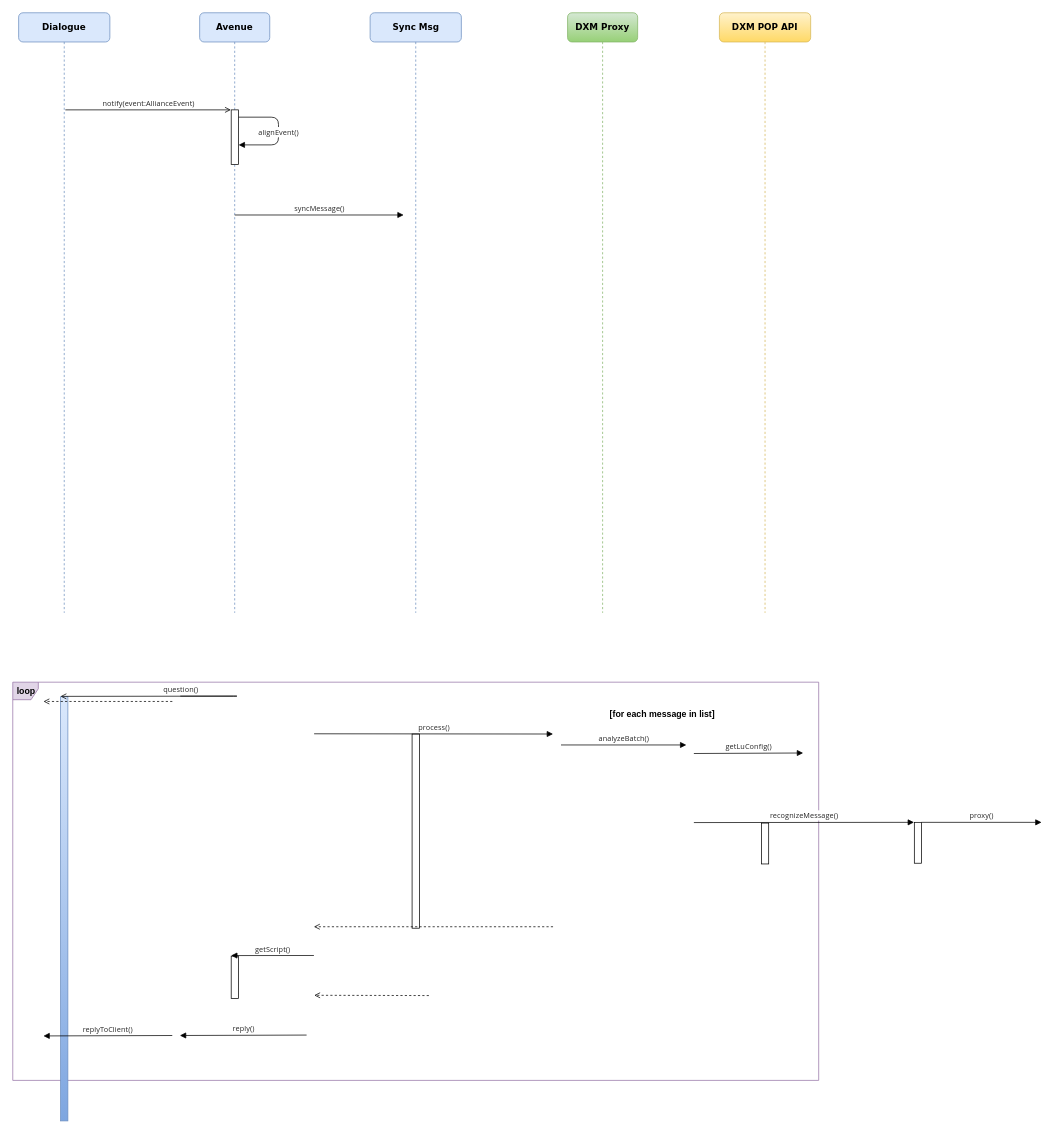
Above: leyan/dxm/Sequence Diagram 7.drawio in GeekKwok/UML (draw.io), before the change. Source tidied: cells renumbered, new cells numbered last; positions are measured from the earlier drawing's top-left corner, leaving out a move shared by most shapes. Both pictures are drawn from the tidied source at 73%, with x=0, y=0 at pixel (12, 12).
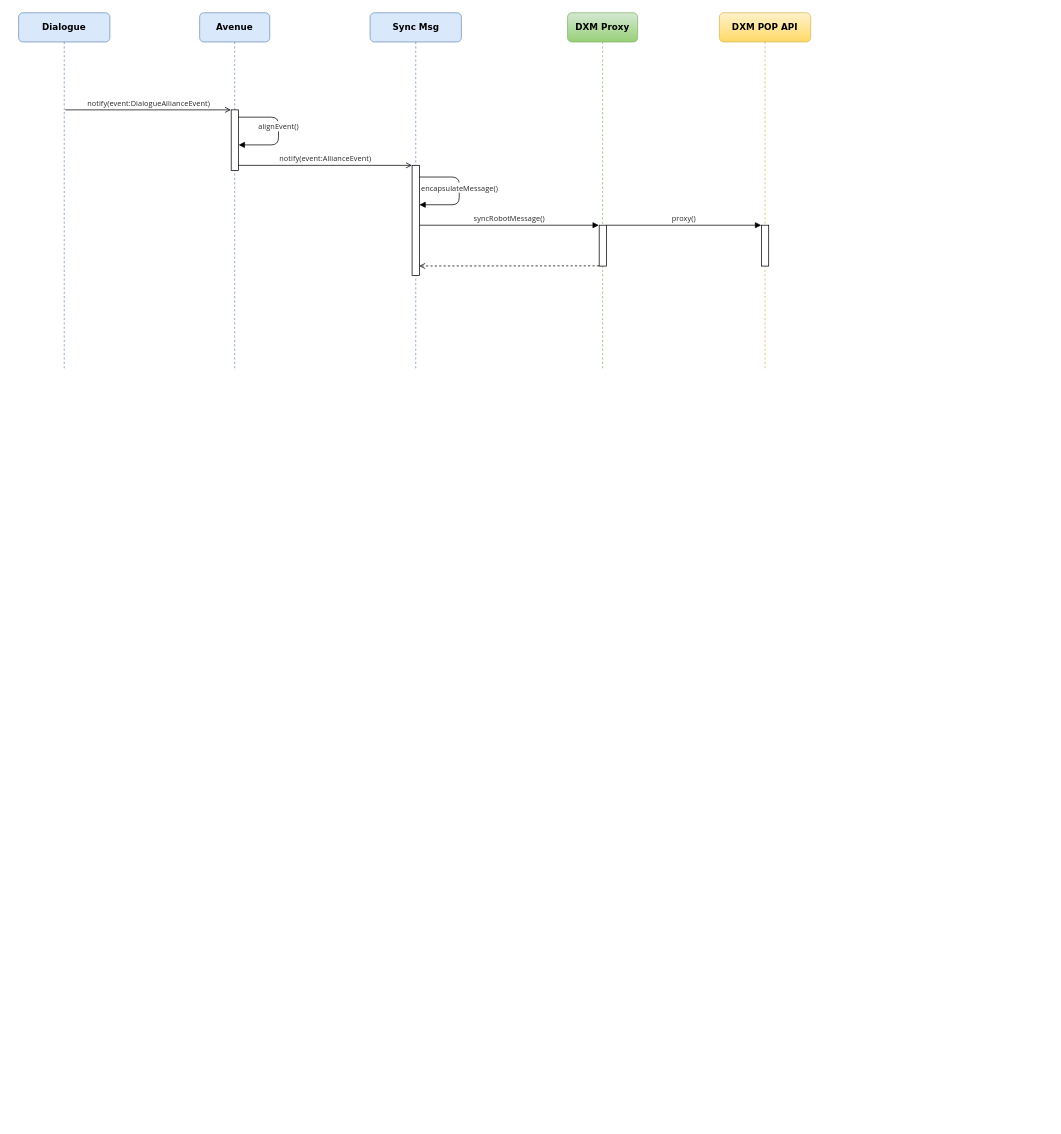
After the change.

Diff of the diagram source:
```diff
@@
-    <mxCell id="2" value="&lt;font style=&quot;font-size: 12px&quot;&gt;&lt;b&gt;loop&lt;/b&gt;&lt;/font&gt;" style="shape=umlFrame;tabWidth=110;tabHeight=30;tabPosition=left;html=1;boundedLbl=1;labelInHeader=1;width=35;height=24;fillColor=#e1d5e7;strokeColor=#9673a6;fontSize=10;" parent="1" vertex="1">
-      <mxGeometry y="917" width="1104" height="545.5" as="geometry" />
-    </mxCell>
     <mxCell id="3" value="&lt;b&gt;Dialogue&lt;br&gt;&lt;/b&gt;" style="shape=umlLifeline;perimeter=lifelinePerimeter;whiteSpace=wrap;html=1;rounded=1;shadow=0;comic=0;labelBackgroundColor=none;strokeWidth=1;fontFamily=Verdana;fontSize=12;align=center;fillColor=#dae8fc;strokeColor=#6c8ebf;" parent="1" vertex="1">
-      <mxGeometry x="8" width="125" height="822" as="geometry" />
+      <mxGeometry x="8" width="125" height="487" as="geometry" />
     </mxCell>
-    <mxCell id="4" style="html=1;points=[];perimeter=orthogonalPerimeter;rounded=0;shadow=0;comic=0;labelBackgroundColor=none;strokeWidth=1;fontFamily=Verdana;fontSize=10;align=center;gradientColor=#7ea6e0;fillColor=#dae8fc;strokeColor=#6c8ebf;" parent="3" vertex="1">
-      <mxGeometry x="57.5" y="937" width="10" height="581" as="geometry" />
-    </mxCell>
     <mxCell id="5" value="&lt;b&gt;Avenue&lt;/b&gt;" style="shape=umlLifeline;perimeter=lifelinePerimeter;whiteSpace=wrap;html=1;rounded=1;shadow=0;comic=0;labelBackgroundColor=none;strokeWidth=1;fontFamily=Verdana;fontSize=12;align=center;fillColor=#dae8fc;strokeColor=#6c8ebf;" parent="1" vertex="1">
-      <mxGeometry x="256" width="96" height="822" as="geometry" />
+      <mxGeometry x="256" width="96" height="487" as="geometry" />
     </mxCell>
-    <mxCell id="6" style="html=1;points=[];perimeter=orthogonalPerimeter;rounded=0;shadow=0;comic=0;labelBackgroundColor=none;strokeWidth=1;fontFamily=Verdana;fontSize=10;align=center;" parent="5" vertex="1">
-      <mxGeometry x="43.2" y="1292.2" width="10" height="58" as="geometry" />
-    </mxCell>
     <mxCell id="7" style="html=1;points=[];perimeter=orthogonalPerimeter;rounded=0;shadow=0;comic=0;labelBackgroundColor=none;strokeWidth=1;fontFamily=Verdana;fontSize=10;align=center;" parent="5" vertex="1">
-      <mxGeometry x="43.2" y="133" width="10" height="75" as="geometry" />
+      <mxGeometry x="43.2" y="133" width="10" height="83" as="geometry" />
     </mxCell>
     <mxCell id="8" value="&lt;b&gt;DXM POP API&lt;br&gt;&lt;/b&gt;" style="shape=umlLifeline;perimeter=lifelinePerimeter;whiteSpace=wrap;html=1;rounded=1;shadow=0;comic=0;labelBackgroundColor=none;strokeWidth=1;fontFamily=Verdana;fontSize=12;align=center;fillColor=#fff2cc;strokeColor=#d6b656;gradientColor=#ffd966;" parent="1" vertex="1">
-      <mxGeometry x="968" width="125" height="822" as="geometry" />
+      <mxGeometry x="968" width="125" height="487" as="geometry" />
     </mxCell>
-    <mxCell id="9" style="html=1;perimeter=orthogonalPerimeter;rounded=0;shadow=0;comic=0;labelBackgroundColor=none;strokeWidth=1;fontFamily=Verdana;fontSize=10;align=center;" parent="8" vertex="1">
-      <mxGeometry x="57.5" y="1110" width="10" height="56" as="geometry" />
-    </mxCell>
+    <mxCell id="30" style="html=1;points=[];perimeter=orthogonalPerimeter;rounded=0;shadow=0;comic=0;labelBackgroundColor=none;strokeWidth=1;fontFamily=Verdana;fontSize=10;align=center;" parent="8" vertex="1">
+      <mxGeometry x="57.5" y="291" width="10" height="56" as="geometry" />
+    </mxCell>
     <mxCell id="10" value="&lt;b&gt;Sync Msg&lt;br&gt;&lt;/b&gt;" style="shape=umlLifeline;perimeter=lifelinePerimeter;whiteSpace=wrap;html=1;rounded=1;shadow=0;comic=0;labelBackgroundColor=none;strokeWidth=1;fontFamily=Verdana;fontSize=12;align=center;fillColor=#dae8fc;strokeColor=#6c8ebf;" parent="1" vertex="1">
-      <mxGeometry x="489.5" width="125" height="822" as="geometry" />
+      <mxGeometry x="489.5" width="125" height="487" as="geometry" />
     </mxCell>
-    <mxCell id="11" style="html=1;perimeter=orthogonalPerimeter;rounded=0;shadow=0;comic=0;labelBackgroundColor=none;strokeWidth=1;fontFamily=Verdana;fontSize=10;align=center;" parent="10" vertex="1">
-      <mxGeometry x="57.5" y="988" width="10" height="266" as="geometry" />
-    </mxCell>
+    <mxCell id="31" style="html=1;points=[];perimeter=orthogonalPerimeter;rounded=0;shadow=0;comic=0;labelBackgroundColor=none;strokeWidth=1;fontFamily=Verdana;fontSize=10;align=center;" parent="10" vertex="1">
+      <mxGeometry x="57.5" y="209" width="10" height="151" as="geometry" />
+    </mxCell>
     <mxCell id="12" value="&lt;b&gt;DXM Proxy&lt;/b&gt;" style="shape=umlLifeline;perimeter=lifelinePerimeter;whiteSpace=wrap;html=1;rounded=1;shadow=0;comic=0;labelBackgroundColor=none;strokeWidth=1;fontFamily=Verdana;fontSize=12;align=center;fillColor=#d5e8d4;strokeColor=#82b366;gradientColor=#97d077;" parent="1" vertex="1">
-      <mxGeometry x="760" width="96" height="822" as="geometry" />
+      <mxGeometry x="760" width="96" height="487" as="geometry" />
     </mxCell>
-    <mxCell id="13" value="&lt;font color=&quot;#262626&quot; face=&quot;chinese quote, segoe ui, roboto, pingfang sc, hiragino sans gb, microsoft yahei, helvetica neue, helvetica, arial, sans-serif, apple color emoji&quot; style=&quot;font-size: 10px&quot;&gt;&lt;span style=&quot;font-size: 10px ; letter-spacing: 0.12px ; background-color: rgb(255 , 255 , 255)&quot;&gt;notify(event:AllianceEvent)&lt;br&gt;&lt;/span&gt;&lt;/font&gt;" style="html=1;verticalAlign=bottom;endArrow=open;labelBackgroundColor=none;fontFamily=Verdana;fontSize=10;edgeStyle=elbowEdgeStyle;elbow=vertical;endFill=0;entryX=-0.042;entryY=-0.007;entryDx=0;entryDy=0;entryPerimeter=0;" parent="1" edge="1" target="7">
+    <mxCell id="13" value="&lt;font color=&quot;#262626&quot; face=&quot;chinese quote, segoe ui, roboto, pingfang sc, hiragino sans gb, microsoft yahei, helvetica neue, helvetica, arial, sans-serif, apple color emoji&quot; style=&quot;font-size: 10px&quot;&gt;&lt;span style=&quot;font-size: 10px ; letter-spacing: 0.12px ; background-color: rgb(255 , 255 , 255)&quot;&gt;notify(event:DialogueAllianceEvent)&lt;br&gt;&lt;/span&gt;&lt;/font&gt;" style="html=1;verticalAlign=bottom;endArrow=open;labelBackgroundColor=none;fontFamily=Verdana;fontSize=10;edgeStyle=elbowEdgeStyle;elbow=vertical;endFill=0;entryX=-0.042;entryY=-0.007;entryDx=0;entryDy=0;entryPerimeter=0;" parent="1" edge="1" target="7">
       <mxGeometry relative="1" as="geometry">
         <mxPoint x="72" y="133" as="sourcePoint" />
       </mxGeometry>
     </mxCell>
-    <mxCell id="14" value="&lt;font color=&quot;#262626&quot; face=&quot;chinese quote, segoe ui, roboto, pingfang sc, hiragino sans gb, microsoft yahei, helvetica neue, helvetica, arial, sans-serif, apple color emoji&quot; style=&quot;font-size: 10px;&quot;&gt;&lt;span style=&quot;font-size: 10px; letter-spacing: 0.12px; background-color: rgb(255, 255, 255);&quot;&gt;question()&lt;/span&gt;&lt;/font&gt;" style="html=1;verticalAlign=bottom;endArrow=open;labelBackgroundColor=none;fontFamily=Verdana;fontSize=10;edgeStyle=elbowEdgeStyle;elbow=horizontal;endFill=0;exitX=1.048;exitY=0.846;exitDx=0;exitDy=0;exitPerimeter=0;entryX=-0.015;entryY=-0.001;entryDx=0;entryDy=0;entryPerimeter=0;" parent="1" edge="1" target="4">
-      <mxGeometry relative="1" as="geometry">
-        <mxPoint x="229.5" y="936.1" as="sourcePoint" />
-        <Array as="points">
-          <mxPoint x="312" y="936" />
-        </Array>
-      </mxGeometry>
-    </mxCell>
     <mxCell id="15" value="&lt;font color=&quot;#262626&quot; face=&quot;chinese quote, segoe ui, roboto, pingfang sc, hiragino sans gb, microsoft yahei, helvetica neue, helvetica, arial, sans-serif, apple color emoji&quot; style=&quot;font-size: 10px&quot;&gt;&lt;span style=&quot;font-size: 10px ; letter-spacing: 0.12px ; background-color: rgb(255 , 255 , 255)&quot;&gt;alignEvent()&lt;/span&gt;&lt;/font&gt;" style="html=1;verticalAlign=bottom;endArrow=block;labelBackgroundColor=none;fontFamily=Verdana;fontSize=10;elbow=vertical;edgeStyle=orthogonalEdgeStyle;exitX=1.038;exitY=0.345;exitPerimeter=0;rounded=1;" parent="1" edge="1">
-      <mxGeometry x="0.15" relative="1" as="geometry">
+      <mxGeometry x="0.04" relative="1" as="geometry">
         <mxPoint x="309.4" y="143" as="sourcePoint" />
         <mxPoint x="309.4" y="181" as="targetPoint" />
         <Array as="points">
           <mxPoint x="364" y="142.9" />
           <mxPoint x="364" y="180.9" />
         </Array>
       </mxGeometry>
     </mxCell>
-    <mxCell id="16" value="&lt;font color=&quot;#262626&quot; face=&quot;chinese quote, segoe ui, roboto, pingfang sc, hiragino sans gb, microsoft yahei, helvetica neue, helvetica, arial, sans-serif, apple color emoji&quot; style=&quot;font-size: 10px;&quot;&gt;&lt;span style=&quot;font-size: 10px; letter-spacing: 0.12px; background-color: rgb(255, 255, 255);&quot;&gt;process()&lt;/span&gt;&lt;/font&gt;" style="html=1;verticalAlign=bottom;endArrow=block;labelBackgroundColor=none;fontFamily=Verdana;fontSize=10;edgeStyle=elbowEdgeStyle;elbow=vertical;entryX=-0.047;entryY=-0.002;entryDx=0;entryDy=0;entryPerimeter=0;" parent="1" edge="1">
-      <mxGeometry relative="1" as="geometry">
-        <mxPoint x="412.8" y="987.7" as="sourcePoint" />
-        <mxPoint x="740.1" y="987.4" as="targetPoint" />
-      </mxGeometry>
-    </mxCell>
-    <mxCell id="17" value="&lt;font color=&quot;#262626&quot; face=&quot;chinese quote, segoe ui, roboto, pingfang sc, hiragino sans gb, microsoft yahei, helvetica neue, helvetica, arial, sans-serif, apple color emoji&quot; style=&quot;font-size: 10px;&quot;&gt;&lt;span style=&quot;font-size: 10px; letter-spacing: 0.12px; background-color: rgb(255, 255, 255);&quot;&gt;analyzeBatch()&lt;/span&gt;&lt;/font&gt;" style="html=1;verticalAlign=bottom;endArrow=block;labelBackgroundColor=none;fontFamily=Verdana;fontSize=10;edgeStyle=elbowEdgeStyle;elbow=vertical;entryX=-0.026;entryY=-0.004;entryDx=0;entryDy=0;entryPerimeter=0;" parent="1" edge="1">
-      <mxGeometry relative="1" as="geometry">
-        <mxPoint x="751" y="1003" as="sourcePoint" />
-        <mxPoint x="922.7" y="1002.2" as="targetPoint" />
-        <Array as="points">
-          <mxPoint x="840" y="1003" />
-          <mxPoint x="904" y="1004" />
-        </Array>
-      </mxGeometry>
-    </mxCell>
-    <mxCell id="18" value="&lt;font color=&quot;#262626&quot; face=&quot;chinese quote, segoe ui, roboto, pingfang sc, hiragino sans gb, microsoft yahei, helvetica neue, helvetica, arial, sans-serif, apple color emoji&quot; style=&quot;font-size: 10px;&quot;&gt;&lt;span style=&quot;font-size: 10px; letter-spacing: 0.12px; background-color: rgb(255, 255, 255);&quot;&gt;getLuConfig()&lt;/span&gt;&lt;/font&gt;" style="html=1;verticalAlign=bottom;endArrow=block;labelBackgroundColor=none;fontFamily=Verdana;fontSize=10;edgeStyle=elbowEdgeStyle;elbow=vertical;entryX=-0.034;entryY=-0.021;entryDx=0;entryDy=0;entryPerimeter=0;" parent="1" edge="1">
-      <mxGeometry relative="1" as="geometry">
-        <mxPoint x="933" y="1014.7" as="sourcePoint" />
-        <mxPoint x="1082.7" y="1013.4" as="targetPoint" />
-      </mxGeometry>
-    </mxCell>
-    <mxCell id="19" value="&lt;font color=&quot;#262626&quot; face=&quot;chinese quote, segoe ui, roboto, pingfang sc, hiragino sans gb, microsoft yahei, helvetica neue, helvetica, arial, sans-serif, apple color emoji&quot; style=&quot;font-size: 10px;&quot;&gt;&lt;span style=&quot;font-size: 10px; letter-spacing: 0.12px; background-color: rgb(255, 255, 255);&quot;&gt;recognizeMessage()&lt;/span&gt;&lt;/font&gt;" style="html=1;verticalAlign=bottom;endArrow=block;labelBackgroundColor=none;fontFamily=Verdana;fontSize=10;edgeStyle=elbowEdgeStyle;elbow=vertical;entryX=-0.046;entryY=0.011;entryDx=0;entryDy=0;entryPerimeter=0;" parent="1" edge="1" target="20">
-      <mxGeometry relative="1" as="geometry">
-        <mxPoint x="933" y="1109.3" as="sourcePoint" />
-      </mxGeometry>
-    </mxCell>
-    <mxCell id="20" style="html=1;points=[];perimeter=orthogonalPerimeter;rounded=0;shadow=0;comic=0;labelBackgroundColor=none;strokeWidth=1;fontFamily=Verdana;fontSize=10;align=center;" parent="1" vertex="1">
-      <mxGeometry x="1235" y="1109" width="10" height="56" as="geometry" />
-    </mxCell>
+    <mxCell id="29" value="&lt;font color=&quot;#262626&quot; face=&quot;chinese quote, segoe ui, roboto, pingfang sc, hiragino sans gb, microsoft yahei, helvetica neue, helvetica, arial, sans-serif, apple color emoji&quot; style=&quot;font-size: 10px&quot;&gt;&lt;span style=&quot;font-size: 10px ; letter-spacing: 0.12px ; background-color: rgb(255 , 255 , 255)&quot;&gt;notify(event:AllianceEvent)&lt;/span&gt;&lt;/font&gt;" style="html=1;verticalAlign=bottom;endArrow=open;labelBackgroundColor=none;fontFamily=Verdana;fontSize=10;edgeStyle=elbowEdgeStyle;elbow=vertical;entryX=-0.022;entryY=-0.002;entryDx=0;entryDy=0;entryPerimeter=0;endFill=0;" parent="1" edge="1" target="31">
+      <mxGeometry relative="1" as="geometry">
+        <mxPoint x="309" y="209" as="sourcePoint" />
+      </mxGeometry>
+    </mxCell>
+    <mxCell id="32" value="&lt;font color=&quot;#262626&quot; face=&quot;chinese quote, segoe ui, roboto, pingfang sc, hiragino sans gb, microsoft yahei, helvetica neue, helvetica, arial, sans-serif, apple color emoji&quot; style=&quot;font-size: 10px&quot;&gt;&lt;span style=&quot;font-size: 10px ; letter-spacing: 0.12px ; background-color: rgb(255 , 255 , 255)&quot;&gt;syncRobotMessage()&lt;/span&gt;&lt;/font&gt;" style="html=1;verticalAlign=bottom;endArrow=block;labelBackgroundColor=none;fontFamily=Verdana;fontSize=10;edgeStyle=elbowEdgeStyle;elbow=vertical;entryX=-0.046;entryY=0.011;entryDx=0;entryDy=0;entryPerimeter=0;exitX=0.972;exitY=0.128;exitDx=0;exitDy=0;exitPerimeter=0;" parent="1" edge="1" target="33">
+      <mxGeometry relative="1" as="geometry">
+        <mxPoint x="557" y="291" as="sourcePoint" />
+      </mxGeometry>
+    </mxCell>
+    <mxCell id="33" style="html=1;points=[];perimeter=orthogonalPerimeter;rounded=0;shadow=0;comic=0;labelBackgroundColor=none;strokeWidth=1;fontFamily=Verdana;fontSize=10;align=center;" parent="1" vertex="1">
+      <mxGeometry x="803.3" y="291" width="10" height="56" as="geometry" />
+    </mxCell>
-    <mxCell id="21" value="&lt;font color=&quot;#262626&quot; face=&quot;chinese quote, segoe ui, roboto, pingfang sc, hiragino sans gb, microsoft yahei, helvetica neue, helvetica, arial, sans-serif, apple color emoji&quot; style=&quot;font-size: 10px;&quot;&gt;&lt;span style=&quot;font-size: 10px; letter-spacing: 0.12px; background-color: rgb(255, 255, 255);&quot;&gt;proxy()&lt;/span&gt;&lt;/font&gt;" style="html=1;verticalAlign=bottom;endArrow=block;labelBackgroundColor=none;fontFamily=Verdana;fontSize=10;edgeStyle=elbowEdgeStyle;elbow=vertical;entryX=-0.017;entryY=-0.004;entryDx=0;entryDy=0;entryPerimeter=0;exitX=0.984;exitY=0;exitDx=0;exitDy=0;exitPerimeter=0;" parent="1" edge="1" source="20">
-      <mxGeometry relative="1" as="geometry">
-        <mxPoint x="1409.3" y="1108.8" as="targetPoint" />
-      </mxGeometry>
+    <mxCell id="21" value="&lt;font color=&quot;#262626&quot; face=&quot;chinese quote, segoe ui, roboto, pingfang sc, hiragino sans gb, microsoft yahei, helvetica neue, helvetica, arial, sans-serif, apple color emoji&quot; style=&quot;font-size: 10px;&quot;&gt;&lt;span style=&quot;font-size: 10px; letter-spacing: 0.12px; background-color: rgb(255, 255, 255);&quot;&gt;proxy()&lt;/span&gt;&lt;/font&gt;" style="html=1;verticalAlign=bottom;endArrow=block;labelBackgroundColor=none;fontFamily=Verdana;fontSize=10;edgeStyle=elbowEdgeStyle;elbow=vertical;exitX=0.984;exitY=0;exitDx=0;exitDy=0;exitPerimeter=0;entryX=-0.017;entryY=-0.004;entryDx=0;entryDy=0;entryPerimeter=0;" parent="1" edge="1" source="33" target="30">
+      <mxGeometry relative="1" as="geometry" />
     </mxCell>
-    <mxCell id="22" value="&lt;font color=&quot;#262626&quot; face=&quot;chinese quote, segoe ui, roboto, pingfang sc, hiragino sans gb, microsoft yahei, helvetica neue, helvetica, arial, sans-serif, apple color emoji&quot; style=&quot;font-size: 10px;&quot;&gt;&lt;span style=&quot;font-size: 10px; letter-spacing: 0.12px; background-color: rgb(255, 255, 255);&quot;&gt;getScript()&lt;/span&gt;&lt;/font&gt;" style="html=1;verticalAlign=bottom;endArrow=block;labelBackgroundColor=none;fontFamily=Verdana;fontSize=10;edgeStyle=elbowEdgeStyle;elbow=vertical;entryX=-0.01;entryY=-0.004;entryDx=0;entryDy=0;entryPerimeter=0;exitX=0.978;exitY=0.493;exitDx=0;exitDy=0;exitPerimeter=0;" parent="1" edge="1" target="6">
-      <mxGeometry relative="1" as="geometry">
-        <mxPoint x="412.5" y="1291.4" as="sourcePoint" />
-        <Array as="points">
-          <mxPoint x="504.4" y="1291.5" />
-          <mxPoint x="568.4" y="1292.5" />
-        </Array>
-      </mxGeometry>
-    </mxCell>
-    <mxCell id="23" value="&lt;font color=&quot;#262626&quot; face=&quot;chinese quote, segoe ui, roboto, pingfang sc, hiragino sans gb, microsoft yahei, helvetica neue, helvetica, arial, sans-serif, apple color emoji&quot; style=&quot;font-size: 10px;&quot;&gt;&lt;span style=&quot;font-size: 10px; letter-spacing: 0.12px; background-color: rgb(255, 255, 255);&quot;&gt;reply()&lt;/span&gt;&lt;/font&gt;" style="html=1;verticalAlign=bottom;endArrow=block;labelBackgroundColor=none;fontFamily=Verdana;fontSize=10;edgeStyle=elbowEdgeStyle;elbow=vertical;exitX=-0.002;exitY=0.91;exitDx=0;exitDy=0;exitPerimeter=0;entryX=0.991;entryY=0.274;entryDx=0;entryDy=0;entryPerimeter=0;" parent="1" edge="1">
-      <mxGeometry relative="1" as="geometry">
-        <mxPoint x="402.5" y="1400.4" as="sourcePoint" />
-        <mxPoint x="228.9" y="1400.9" as="targetPoint" />
-        <Array as="points">
-          <mxPoint x="392" y="1401" />
-          <mxPoint x="556.9" y="1394.5" />
-        </Array>
-      </mxGeometry>
-    </mxCell>
-    <mxCell id="24" style="html=1;verticalAlign=bottom;labelBackgroundColor=none;endArrow=open;endFill=0;dashed=1;exitX=-0.038;exitY=0.851;exitDx=0;exitDy=0;exitPerimeter=0;fontSize=10;" parent="1" edge="1">
-      <mxGeometry relative="1" as="geometry">
-        <mxPoint x="218.6" y="943.4" as="sourcePoint" />
-        <mxPoint x="42" y="943.4" as="targetPoint" />
-      </mxGeometry>
-    </mxCell>
-    <mxCell id="25" value="&lt;font color=&quot;#262626&quot; face=&quot;chinese quote, segoe ui, roboto, pingfang sc, hiragino sans gb, microsoft yahei, helvetica neue, helvetica, arial, sans-serif, apple color emoji&quot; style=&quot;font-size: 10px;&quot;&gt;&lt;span style=&quot;font-size: 10px; letter-spacing: 0.12px; background-color: rgb(255, 255, 255);&quot;&gt;replyToClient()&lt;/span&gt;&lt;/font&gt;" style="html=1;verticalAlign=bottom;endArrow=block;labelBackgroundColor=none;fontFamily=Verdana;fontSize=10;edgeStyle=elbowEdgeStyle;elbow=vertical;exitX=-0.002;exitY=0.91;exitDx=0;exitDy=0;exitPerimeter=0;entryX=0.5;entryY=0.473;entryDx=0;entryDy=0;entryPerimeter=0;" parent="1" edge="1">
-      <mxGeometry relative="1" as="geometry">
-        <mxPoint x="218.5" y="1401" as="sourcePoint" />
-        <mxPoint x="42" y="1400.8" as="targetPoint" />
-        <Array as="points">
-          <mxPoint x="208" y="1401.6" />
-          <mxPoint x="372.9" y="1395.2" />
-        </Array>
-      </mxGeometry>
-    </mxCell>
-    <mxCell id="26" style="html=1;verticalAlign=bottom;labelBackgroundColor=none;endArrow=open;endFill=0;dashed=1;exitX=-0.046;exitY=0.96;exitDx=0;exitDy=0;exitPerimeter=0;fontSize=10;" parent="1" edge="1">
-      <mxGeometry relative="1" as="geometry">
-        <mxPoint x="740.1" y="1252" as="sourcePoint" />
-        <mxPoint x="412.5" y="1252" as="targetPoint" />
-      </mxGeometry>
-    </mxCell>
-    <mxCell id="27" style="html=1;verticalAlign=bottom;labelBackgroundColor=none;endArrow=open;endFill=0;dashed=1;exitX=-0.122;exitY=0.932;exitDx=0;exitDy=0;exitPerimeter=0;entryX=1.034;entryY=0.787;entryDx=0;entryDy=0;entryPerimeter=0;fontSize=10;" parent="1" edge="1">
-      <mxGeometry relative="1" as="geometry">
-        <mxPoint x="570" y="1346.3" as="sourcePoint" />
-        <mxPoint x="412.9" y="1345.9" as="targetPoint" />
-      </mxGeometry>
-    </mxCell>
-    <mxCell id="28" value="[for each message in list]" style="text;fontSize=12;fontStyle=1;" parent="1" vertex="1">
-      <mxGeometry x="816" y="947" width="152" height="20" as="geometry" />
-    </mxCell>
-    <mxCell id="29" value="&lt;font color=&quot;#262626&quot; face=&quot;chinese quote, segoe ui, roboto, pingfang sc, hiragino sans gb, microsoft yahei, helvetica neue, helvetica, arial, sans-serif, apple color emoji&quot; style=&quot;font-size: 10px;&quot;&gt;&lt;span style=&quot;font-size: 10px; letter-spacing: 0.12px; background-color: rgb(255, 255, 255);&quot;&gt;syncMessage()&lt;/span&gt;&lt;/font&gt;" style="html=1;verticalAlign=bottom;endArrow=block;labelBackgroundColor=none;fontFamily=Verdana;fontSize=10;edgeStyle=elbowEdgeStyle;elbow=vertical;" parent="1" edge="1">
-      <mxGeometry relative="1" as="geometry">
-        <mxPoint x="304" y="277" as="sourcePoint" />
-        <mxPoint x="535.5" y="277.3" as="targetPoint" />
-      </mxGeometry>
-    </mxCell>
+    <mxCell id="34" value="&lt;font color=&quot;#262626&quot; face=&quot;chinese quote, segoe ui, roboto, pingfang sc, hiragino sans gb, microsoft yahei, helvetica neue, helvetica, arial, sans-serif, apple color emoji&quot;&gt;&lt;span style=&quot;background-color: rgb(255 , 255 , 255)&quot;&gt;&lt;span style=&quot;letter-spacing: 0.12px&quot;&gt;encapsulateMessage()&lt;/span&gt;&lt;/span&gt;&lt;/font&gt;" style="html=1;verticalAlign=bottom;endArrow=block;labelBackgroundColor=none;fontFamily=Verdana;fontSize=10;elbow=vertical;edgeStyle=orthogonalEdgeStyle;exitX=1.038;exitY=0.345;exitPerimeter=0;rounded=1;" parent="1" edge="1">
+      <mxGeometry x="0.07" relative="1" as="geometry">
+        <mxPoint x="557" y="225" as="sourcePoint" />
+        <mxPoint x="557" y="263" as="targetPoint" />
+        <Array as="points">
+          <mxPoint x="611.6" y="224.9" />
+          <mxPoint x="611.6" y="262.9" />
+        </Array>
+      </mxGeometry>
+    </mxCell>
+    <mxCell id="35" style="html=1;verticalAlign=bottom;labelBackgroundColor=none;endArrow=open;endFill=0;dashed=1;fontSize=10;exitX=-0.022;exitY=0.994;exitDx=0;exitDy=0;exitPerimeter=0;entryX=0.977;entryY=0.913;entryDx=0;entryDy=0;entryPerimeter=0;" parent="1" edge="1" source="33" target="31">
+      <mxGeometry relative="1" as="geometry" />
+    </mxCell>
```
